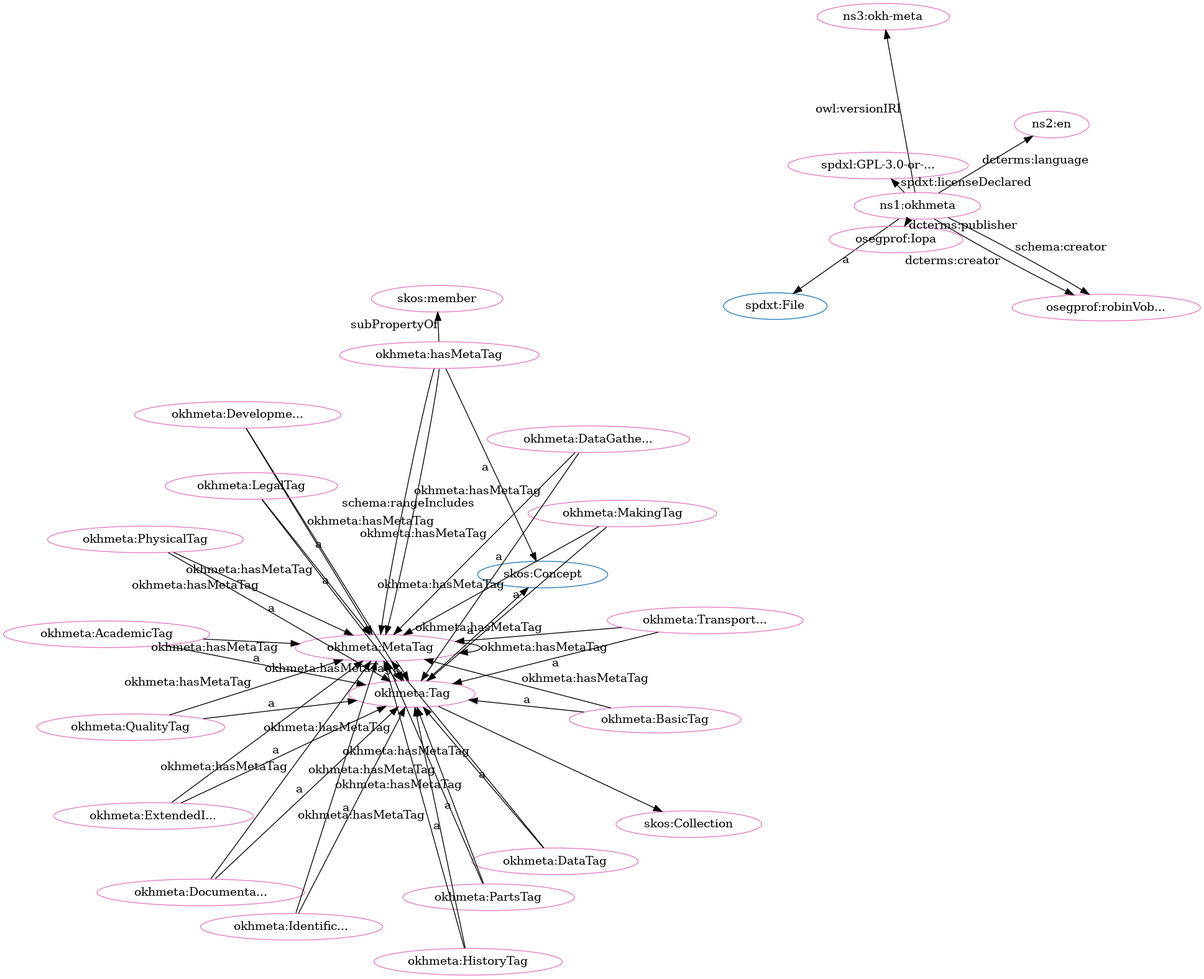
Before: src/spec/dot_okh-meta-clean.png, a diagram exported from Graphviz (iop-alliance/OpenKnowHow). Its source is kept beside it as src/spec/dot_okh-meta-clean.dot.
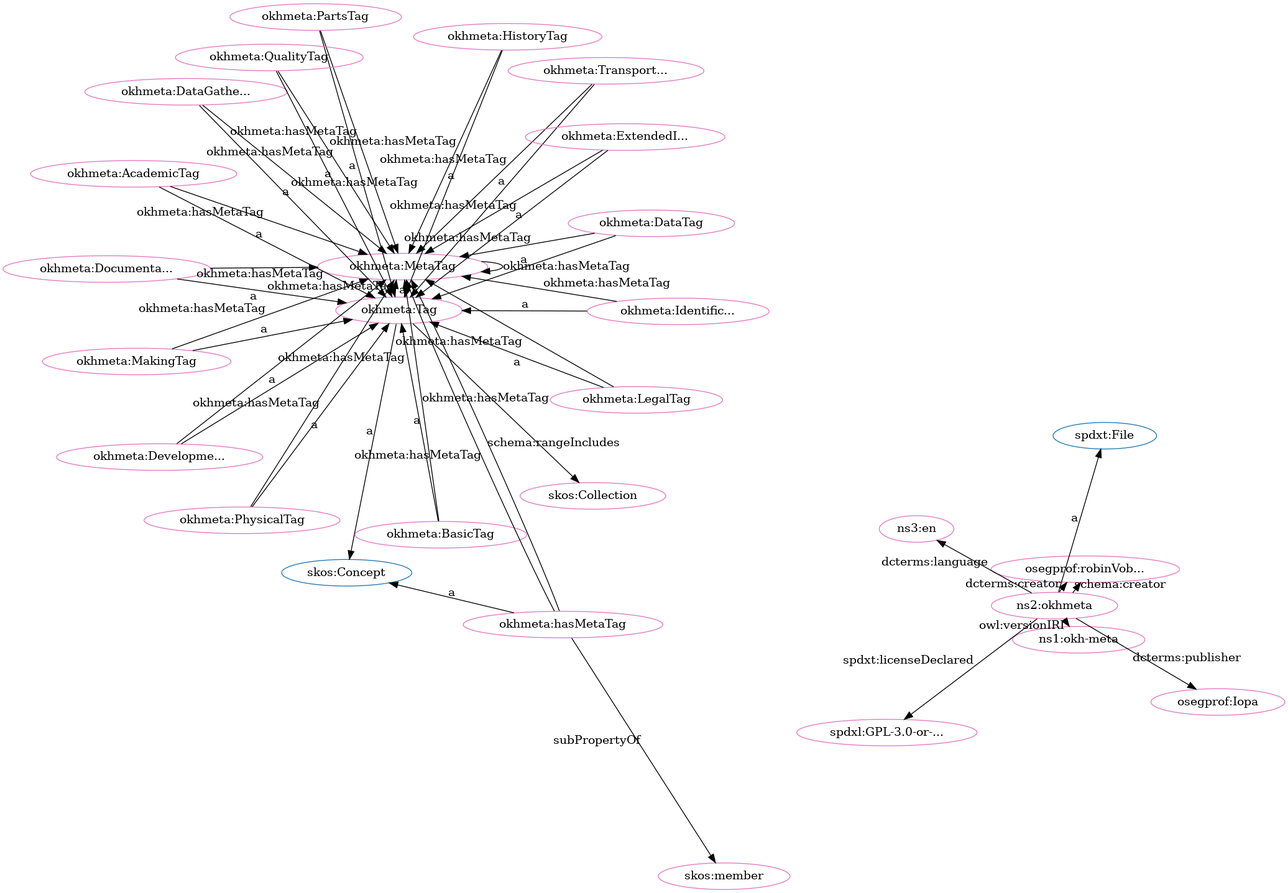
After the commit.

Change to the diagram source:
```diff
@@ -1,81 +1,81 @@
 digraph G {
   rankdir=BT
   node[height=.3]
+"http://www.w3.org/2004/02/skos/core#Concept" [fillcolor="#1f77b4" color="#1f77b4" label="skos:Concept"]
+"https://w3id.org/oseg/ont/okhmeta#MetaTag" [fillcolor="#1f77b4" color="#1f77b4" label="okhmeta:MetaTag"]
+"http://www.w3.org/2004/02/skos/core#Collection" [fillcolor="#1f77b4" color="#1f77b4" label="skos:Collection"]
 "https://w3id.org/oseg/ont/okhmeta#Tag" [fillcolor="#1f77b4" color="#1f77b4" label="okhmeta:Tag"]
-"http://www.w3.org/2004/02/skos/core#Collection" [fillcolor="#1f77b4" color="#1f77b4" label="skos:Collection"]
-"https://w3id.org/oseg/ont/okhmeta#MetaTag" [fillcolor="#1f77b4" color="#1f77b4" label="okhmeta:MetaTag"]
 "http://spdx.org/rdf/terms#File" [fillcolor="#1f77b4" color="#1f77b4" label="spdxt:File"]
-"http://www.w3.org/2004/02/skos/core#Concept" [fillcolor="#1f77b4" color="#1f77b4" label="skos:Concept"]
+"https://w3id.org/oseg/ont/okhmeta#DataTag" [fillcolor="#e377c2" color="#e377c2" label="okhmeta:DataTag"]
+"https://w3id.org/oseg/ont/oseg-profiles#robinVobruba" [fillcolor="#e377c2" color="#e377c2" label="osegprof:robinVob..."]
+"https://w3id.org/oseg/ont/okhmeta#PhysicalTag" [fillcolor="#e377c2" color="#e377c2" label="okhmeta:PhysicalTag"]
 "https://w3id.org/oseg/ont/okhmeta#MetaTag" [fillcolor="#e377c2" color="#e377c2" label="okhmeta:MetaTag"]
-"https://w3id.org/oseg/ont/okhmeta#PhysicalTag" [fillcolor="#e377c2" color="#e377c2" label="okhmeta:PhysicalTag"]
+"https://w3id.org/oseg/ont/okhmeta#DevelopmentTag" [fillcolor="#e377c2" color="#e377c2" label="okhmeta:Developme..."]
+"https://w3id.org/oseg/ont/okhmeta#Tag" [fillcolor="#e377c2" color="#e377c2" label="okhmeta:Tag"]
+"https://w3id.org/oseg/ont/okhmeta#IdentificationTag" [fillcolor="#e377c2" color="#e377c2" label="okhmeta:Identific..."]
+"https://w3id.org/oseg/ont/okhmeta#MakingTag" [fillcolor="#e377c2" color="#e377c2" label="okhmeta:MakingTag"]
+"https://w3id.org/oseg/ont/okhmeta#BasicTag" [fillcolor="#e377c2" color="#e377c2" label="okhmeta:BasicTag"]
+"https://w3id.org/oseg/ont/1.1.0/okh-meta" [fillcolor="#e377c2" color="#e377c2" label="ns1:okh-meta"]
+"https://w3id.org/oseg/ont/okhmeta#hasMetaTag" [fillcolor="#e377c2" color="#e377c2" label="okhmeta:hasMetaTag"]
+"https://w3id.org/oseg/ont/okhmeta#TransportationTag" [fillcolor="#e377c2" color="#e377c2" label="okhmeta:Transport..."]
+"https://w3id.org/oseg/ont/okhmeta#HistoryTag" [fillcolor="#e377c2" color="#e377c2" label="okhmeta:HistoryTag"]
+"https://w3id.org/oseg/ont/okhmeta" [fillcolor="#e377c2" color="#e377c2" label="ns2:okhmeta"]
+"http://www.w3.org/2004/02/skos/core#Collection" [fillcolor="#e377c2" color="#e377c2" label="skos:Collection"]
+"https://w3id.org/oseg/ont/oseg-profiles#Iopa" [fillcolor="#e377c2" color="#e377c2" label="osegprof:Iopa"]
 "https://w3id.org/oseg/ont/okhmeta#AcademicTag" [fillcolor="#e377c2" color="#e377c2" label="okhmeta:AcademicTag"]
-"http://www.w3.org/2004/02/skos/core#Collection" [fillcolor="#e377c2" color="#e377c2" label="skos:Collection"]
 "https://w3id.org/oseg/ont/okhmeta#DocumentationTag" [fillcolor="#e377c2" color="#e377c2" label="okhmeta:Documenta..."]
-"https://w3id.org/oseg/ont/okhmeta" [fillcolor="#e377c2" color="#e377c2" label="ns1:okhmeta"]
-"https://w3id.org/oseg/ont/oseg-profiles#robinVobruba" [fillcolor="#e377c2" color="#e377c2" label="osegprof:robinVob..."]
-"https://w3id.org/oseg/ont/okhmeta#DataTag" [fillcolor="#e377c2" color="#e377c2" label="okhmeta:DataTag"]
 "https://w3id.org/oseg/ont/okhmeta#ExtendedInfoTag" [fillcolor="#e377c2" color="#e377c2" label="okhmeta:ExtendedI..."]
-"http://id.loc.gov/vocabulary/iso639-1/en" [fillcolor="#e377c2" color="#e377c2" label="ns2:en"]
-"https://w3id.org/oseg/ont/okhmeta#QualityTag" [fillcolor="#e377c2" color="#e377c2" label="okhmeta:QualityTag"]
-"https://w3id.org/oseg/ont/okhmeta#hasMetaTag" [fillcolor="#e377c2" color="#e377c2" label="okhmeta:hasMetaTag"]
-"https://w3id.org/oseg/ont/1.1.0/okh-meta" [fillcolor="#e377c2" color="#e377c2" label="ns3:okh-meta"]
-"https://w3id.org/oseg/ont/okhmeta#IdentificationTag" [fillcolor="#e377c2" color="#e377c2" label="okhmeta:Identific..."]
+"http://id.loc.gov/vocabulary/iso639-1/en" [fillcolor="#e377c2" color="#e377c2" label="ns3:en"]
+"http://www.w3.org/2004/02/skos/core#member" [fillcolor="#e377c2" color="#e377c2" label="skos:member"]
+"https://w3id.org/oseg/ont/okhmeta#DataGatheringTag" [fillcolor="#e377c2" color="#e377c2" label="okhmeta:DataGathe..."]
 "https://spdx.org/licenses/GPL-3.0-or-later" [fillcolor="#e377c2" color="#e377c2" label="spdxl:GPL-3.0-or-..."]
 "https://w3id.org/oseg/ont/okhmeta#PartsTag" [fillcolor="#e377c2" color="#e377c2" label="okhmeta:PartsTag"]
-"https://w3id.org/oseg/ont/oseg-profiles#Iopa" [fillcolor="#e377c2" color="#e377c2" label="osegprof:Iopa"]
-"http://www.w3.org/2004/02/skos/core#member" [fillcolor="#e377c2" color="#e377c2" label="skos:member"]
-"https://w3id.org/oseg/ont/okhmeta#Tag" [fillcolor="#e377c2" color="#e377c2" label="okhmeta:Tag"]
-"https://w3id.org/oseg/ont/okhmeta#MakingTag" [fillcolor="#e377c2" color="#e377c2" label="okhmeta:MakingTag"]
-"https://w3id.org/oseg/ont/okhmeta#DataGatheringTag" [fillcolor="#e377c2" color="#e377c2" label="okhmeta:DataGathe..."]
-"https://w3id.org/oseg/ont/okhmeta#BasicTag" [fillcolor="#e377c2" color="#e377c2" label="okhmeta:BasicTag"]
-"https://w3id.org/oseg/ont/okhmeta#DevelopmentTag" [fillcolor="#e377c2" color="#e377c2" label="okhmeta:Developme..."]
-"https://w3id.org/oseg/ont/okhmeta#HistoryTag" [fillcolor="#e377c2" color="#e377c2" label="okhmeta:HistoryTag"]
+"https://w3id.org/oseg/ont/okhmeta#QualityTag" [fillcolor="#e377c2" color="#e377c2" label="okhmeta:QualityTag"]
 "https://w3id.org/oseg/ont/okhmeta#LegalTag" [fillcolor="#e377c2" color="#e377c2" label="okhmeta:LegalTag"]
-"https://w3id.org/oseg/ont/okhmeta#TransportationTag" [fillcolor="#e377c2" color="#e377c2" label="okhmeta:Transport..."]
+  "https://w3id.org/oseg/ont/okhmeta#PhysicalTag" -> "https://w3id.org/oseg/ont/okhmeta#Tag" [label="a"]
+  "https://w3id.org/oseg/ont/okhmeta#MetaTag" -> "https://w3id.org/oseg/ont/okhmeta#MetaTag" [label="okhmeta:hasMetaTag"]
+  "https://w3id.org/oseg/ont/okhmeta" -> "https://w3id.org/oseg/ont/oseg-profiles#robinVobruba" [label="dcterms:creator"]
+  "https://w3id.org/oseg/ont/okhmeta#DevelopmentTag" -> "https://w3id.org/oseg/ont/okhmeta#Tag" [label="a"]
+  "https://w3id.org/oseg/ont/okhmeta#IdentificationTag" -> "https://w3id.org/oseg/ont/okhmeta#Tag" [label="a"]
+  "https://w3id.org/oseg/ont/okhmeta#MakingTag" -> "https://w3id.org/oseg/ont/okhmeta#Tag" [label="a"]
+  "https://w3id.org/oseg/ont/okhmeta#PartsTag" -> "https://w3id.org/oseg/ont/okhmeta#MetaTag" [label="okhmeta:hasMetaTag"]
+  "https://w3id.org/oseg/ont/okhmeta" -> "https://w3id.org/oseg/ont/1.1.0/okh-meta" [label="owl:versionIRI"]
+  "https://w3id.org/oseg/ont/okhmeta#hasMetaTag" -> "http://www.w3.org/2004/02/skos/core#Concept" [label="a"]
+  "https://w3id.org/oseg/ont/okhmeta#TransportationTag" -> "https://w3id.org/oseg/ont/okhmeta#Tag" [label="a"]
+  "https://w3id.org/oseg/ont/okhmeta" -> "http://spdx.org/rdf/terms#File" [label="a"]
+  "https://w3id.org/oseg/ont/okhmeta#Tag" -> "https://w3id.org/oseg/ont/okhmeta#MetaTag" [label="okhmeta:hasMetaTag"]
+  "https://w3id.org/oseg/ont/okhmeta#DataTag" -> "https://w3id.org/oseg/ont/okhmeta#MetaTag" [label="okhmeta:hasMetaTag"]
+  "https://w3id.org/oseg/ont/okhmeta" -> "https://w3id.org/oseg/ont/oseg-profiles#Iopa" [label="dcterms:publisher"]
+  "https://w3id.org/oseg/ont/okhmeta#BasicTag" -> "https://w3id.org/oseg/ont/okhmeta#MetaTag" [label="okhmeta:hasMetaTag"]
+  "https://w3id.org/oseg/ont/okhmeta#HistoryTag" -> "https://w3id.org/oseg/ont/okhmeta#MetaTag" [label="okhmeta:hasMetaTag"]
   "https://w3id.org/oseg/ont/okhmeta#AcademicTag" -> "https://w3id.org/oseg/ont/okhmeta#Tag" [label="a"]
-  "https://w3id.org/oseg/ont/okhmeta" -> "http://spdx.org/rdf/terms#File" [label="a"]
-  "https://w3id.org/oseg/ont/okhmeta#PartsTag" -> "https://w3id.org/oseg/ont/okhmeta#MetaTag" [label="okhmeta:hasMetaTag"]
+  "https://w3id.org/oseg/ont/okhmeta#MetaTag" -> "https://w3id.org/oseg/ont/okhmeta#Tag" [label="a"]
+  "https://w3id.org/oseg/ont/okhmeta#DocumentationTag" -> "https://w3id.org/oseg/ont/okhmeta#MetaTag" [label="okhmeta:hasMetaTag"]
+  "https://w3id.org/oseg/ont/okhmeta#PartsTag" -> "https://w3id.org/oseg/ont/okhmeta#Tag" [label="a"]
+  "https://w3id.org/oseg/ont/okhmeta#ExtendedInfoTag" -> "https://w3id.org/oseg/ont/okhmeta#MetaTag" [label="okhmeta:hasMetaTag"]
+  "https://w3id.org/oseg/ont/okhmeta#DataGatheringTag" -> "https://w3id.org/oseg/ont/okhmeta#MetaTag" [label="okhmeta:hasMetaTag"]
+  "https://w3id.org/oseg/ont/okhmeta#DataTag" -> "https://w3id.org/oseg/ont/okhmeta#Tag" [label="a"]
+  "https://w3id.org/oseg/ont/okhmeta" -> "https://w3id.org/oseg/ont/oseg-profiles#robinVobruba" [label="schema:creator"]
+  "https://w3id.org/oseg/ont/okhmeta#Tag" -> "http://www.w3.org/2004/02/skos/core#Concept" [label="a"]
+  "https://w3id.org/oseg/ont/okhmeta#QualityTag" -> "https://w3id.org/oseg/ont/okhmeta#MetaTag" [label="okhmeta:hasMetaTag"]
+  "https://w3id.org/oseg/ont/okhmeta#BasicTag" -> "https://w3id.org/oseg/ont/okhmeta#Tag" [label="a"]
+  "https://w3id.org/oseg/ont/okhmeta#LegalTag" -> "https://w3id.org/oseg/ont/okhmeta#MetaTag" [label="okhmeta:hasMetaTag"]
+  "https://w3id.org/oseg/ont/okhmeta#HistoryTag" -> "https://w3id.org/oseg/ont/okhmeta#Tag" [label="a"]
+  "https://w3id.org/oseg/ont/okhmeta#Tag" -> "http://www.w3.org/2004/02/skos/core#Collection" [label=""]
+  "https://w3id.org/oseg/ont/okhmeta#PhysicalTag" -> "https://w3id.org/oseg/ont/okhmeta#MetaTag" [label="okhmeta:hasMetaTag"]
+  "https://w3id.org/oseg/ont/okhmeta#DevelopmentTag" -> "https://w3id.org/oseg/ont/okhmeta#MetaTag" [label="okhmeta:hasMetaTag"]
+  "https://w3id.org/oseg/ont/okhmeta#IdentificationTag" -> "https://w3id.org/oseg/ont/okhmeta#MetaTag" [label="okhmeta:hasMetaTag"]
+  "https://w3id.org/oseg/ont/okhmeta#MakingTag" -> "https://w3id.org/oseg/ont/okhmeta#MetaTag" [label="okhmeta:hasMetaTag"]
+  "https://w3id.org/oseg/ont/okhmeta#hasMetaTag" -> "https://w3id.org/oseg/ont/okhmeta#MetaTag" [label="okhmeta:hasMetaTag"]
+  "https://w3id.org/oseg/ont/okhmeta#TransportationTag" -> "https://w3id.org/oseg/ont/okhmeta#MetaTag" [label="okhmeta:hasMetaTag"]
+  "https://w3id.org/oseg/ont/okhmeta#DocumentationTag" -> "https://w3id.org/oseg/ont/okhmeta#Tag" [label="a"]
   "https://w3id.org/oseg/ont/okhmeta#ExtendedInfoTag" -> "https://w3id.org/oseg/ont/okhmeta#Tag" [label="a"]
+  "https://w3id.org/oseg/ont/okhmeta" -> "http://id.loc.gov/vocabulary/iso639-1/en" [label="dcterms:language"]
+  "https://w3id.org/oseg/ont/okhmeta#hasMetaTag" -> "http://www.w3.org/2004/02/skos/core#member" [label="subPropertyOf"]
+  "https://w3id.org/oseg/ont/okhmeta#hasMetaTag" -> "https://w3id.org/oseg/ont/okhmeta#MetaTag" [label="schema:rangeIncludes"]
+  "https://w3id.org/oseg/ont/okhmeta#DataGatheringTag" -> "https://w3id.org/oseg/ont/okhmeta#Tag" [label="a"]
+  "https://w3id.org/oseg/ont/okhmeta" -> "https://spdx.org/licenses/GPL-3.0-or-later" [label="spdxt:licenseDeclared"]
+  "https://w3id.org/oseg/ont/okhmeta#AcademicTag" -> "https://w3id.org/oseg/ont/okhmeta#MetaTag" [label="okhmeta:hasMetaTag"]
   "https://w3id.org/oseg/ont/okhmeta#QualityTag" -> "https://w3id.org/oseg/ont/okhmeta#Tag" [label="a"]
-  "https://w3id.org/oseg/ont/okhmeta#BasicTag" -> "https://w3id.org/oseg/ont/okhmeta#MetaTag" [label="okhmeta:hasMetaTag"]
-  "https://w3id.org/oseg/ont/okhmeta#QualityTag" -> "https://w3id.org/oseg/ont/okhmeta#MetaTag" [label="okhmeta:hasMetaTag"]
-  "https://w3id.org/oseg/ont/okhmeta#IdentificationTag" -> "https://w3id.org/oseg/ont/okhmeta#Tag" [label="a"]
-  "https://w3id.org/oseg/ont/okhmeta#MetaTag" -> "https://w3id.org/oseg/ont/okhmeta#MetaTag" [label="okhmeta:hasMetaTag"]
-  "https://w3id.org/oseg/ont/okhmeta#DataGatheringTag" -> "https://w3id.org/oseg/ont/okhmeta#MetaTag" [label="okhmeta:hasMetaTag"]
-  "https://w3id.org/oseg/ont/okhmeta#LegalTag" -> "https://w3id.org/oseg/ont/okhmeta#MetaTag" [label="okhmeta:hasMetaTag"]
-  "https://w3id.org/oseg/ont/okhmeta#ExtendedInfoTag" -> "https://w3id.org/oseg/ont/okhmeta#MetaTag" [label="okhmeta:hasMetaTag"]
-  "https://w3id.org/oseg/ont/okhmeta" -> "https://spdx.org/licenses/GPL-3.0-or-later" [label="spdxt:licenseDeclared"]
-  "https://w3id.org/oseg/ont/okhmeta#HistoryTag" -> "https://w3id.org/oseg/ont/okhmeta#MetaTag" [label="okhmeta:hasMetaTag"]
-  "https://w3id.org/oseg/ont/okhmeta#PartsTag" -> "https://w3id.org/oseg/ont/okhmeta#Tag" [label="a"]
-  "https://w3id.org/oseg/ont/okhmeta" -> "https://w3id.org/oseg/ont/oseg-profiles#Iopa" [label="dcterms:publisher"]
-  "https://w3id.org/oseg/ont/okhmeta#hasMetaTag" -> "http://www.w3.org/2004/02/skos/core#member" [label="subPropertyOf"]
-  "https://w3id.org/oseg/ont/okhmeta" -> "https://w3id.org/oseg/ont/oseg-profiles#robinVobruba" [label="schema:creator"]
-  "https://w3id.org/oseg/ont/okhmeta#DocumentationTag" -> "https://w3id.org/oseg/ont/okhmeta#MetaTag" [label="okhmeta:hasMetaTag"]
-  "https://w3id.org/oseg/ont/okhmeta#AcademicTag" -> "https://w3id.org/oseg/ont/okhmeta#MetaTag" [label="okhmeta:hasMetaTag"]
-  "https://w3id.org/oseg/ont/okhmeta#BasicTag" -> "https://w3id.org/oseg/ont/okhmeta#Tag" [label="a"]
-  "https://w3id.org/oseg/ont/okhmeta#DataTag" -> "https://w3id.org/oseg/ont/okhmeta#MetaTag" [label="okhmeta:hasMetaTag"]
-  "https://w3id.org/oseg/ont/okhmeta#HistoryTag" -> "https://w3id.org/oseg/ont/okhmeta#Tag" [label="a"]
   "https://w3id.org/oseg/ont/okhmeta#LegalTag" -> "https://w3id.org/oseg/ont/okhmeta#Tag" [label="a"]
-  "https://w3id.org/oseg/ont/okhmeta#hasMetaTag" -> "http://www.w3.org/2004/02/skos/core#Concept" [label="a"]
-  "https://w3id.org/oseg/ont/okhmeta#hasMetaTag" -> "https://w3id.org/oseg/ont/okhmeta#MetaTag" [label="okhmeta:hasMetaTag"]
-  "https://w3id.org/oseg/ont/okhmeta#IdentificationTag" -> "https://w3id.org/oseg/ont/okhmeta#MetaTag" [label="okhmeta:hasMetaTag"]
-  "https://w3id.org/oseg/ont/okhmeta#PhysicalTag" -> "https://w3id.org/oseg/ont/okhmeta#Tag" [label="a"]
-  "https://w3id.org/oseg/ont/okhmeta#Tag" -> "http://www.w3.org/2004/02/skos/core#Collection" [label=""]
-  "https://w3id.org/oseg/ont/okhmeta#DocumentationTag" -> "https://w3id.org/oseg/ont/okhmeta#Tag" [label="a"]
-  "https://w3id.org/oseg/ont/okhmeta#Tag" -> "https://w3id.org/oseg/ont/okhmeta#MetaTag" [label="okhmeta:hasMetaTag"]
-  "https://w3id.org/oseg/ont/okhmeta" -> "https://w3id.org/oseg/ont/oseg-profiles#robinVobruba" [label="dcterms:creator"]
-  "https://w3id.org/oseg/ont/okhmeta#DataTag" -> "https://w3id.org/oseg/ont/okhmeta#Tag" [label="a"]
-  "https://w3id.org/oseg/ont/okhmeta" -> "http://id.loc.gov/vocabulary/iso639-1/en" [label="dcterms:language"]
-  "https://w3id.org/oseg/ont/okhmeta" -> "https://w3id.org/oseg/ont/1.1.0/okh-meta" [label="owl:versionIRI"]
-  "https://w3id.org/oseg/ont/okhmeta#hasMetaTag" -> "https://w3id.org/oseg/ont/okhmeta#MetaTag" [label="schema:rangeIncludes"]
-  "https://w3id.org/oseg/ont/okhmeta#Tag" -> "http://www.w3.org/2004/02/skos/core#Concept" [label="a"]
-  "https://w3id.org/oseg/ont/okhmeta#TransportationTag" -> "https://w3id.org/oseg/ont/okhmeta#MetaTag" [label="okhmeta:hasMetaTag"]
-  "https://w3id.org/oseg/ont/okhmeta#MakingTag" -> "https://w3id.org/oseg/ont/okhmeta#Tag" [label="a"]
-  "https://w3id.org/oseg/ont/okhmeta#MetaTag" -> "https://w3id.org/oseg/ont/okhmeta#Tag" [label="a"]
-  "https://w3id.org/oseg/ont/okhmeta#DataGatheringTag" -> "https://w3id.org/oseg/ont/okhmeta#Tag" [label="a"]
-  "https://w3id.org/oseg/ont/okhmeta#PhysicalTag" -> "https://w3id.org/oseg/ont/okhmeta#MetaTag" [label="okhmeta:hasMetaTag"]
-  "https://w3id.org/oseg/ont/okhmeta#MakingTag" -> "https://w3id.org/oseg/ont/okhmeta#MetaTag" [label="okhmeta:hasMetaTag"]
-  "https://w3id.org/oseg/ont/okhmeta#DevelopmentTag" -> "https://w3id.org/oseg/ont/okhmeta#Tag" [label="a"]
-  "https://w3id.org/oseg/ont/okhmeta#DevelopmentTag" -> "https://w3id.org/oseg/ont/okhmeta#MetaTag" [label="okhmeta:hasMetaTag"]
-  "https://w3id.org/oseg/ont/okhmeta#TransportationTag" -> "https://w3id.org/oseg/ont/okhmeta#Tag" [label="a"]
 }
```
